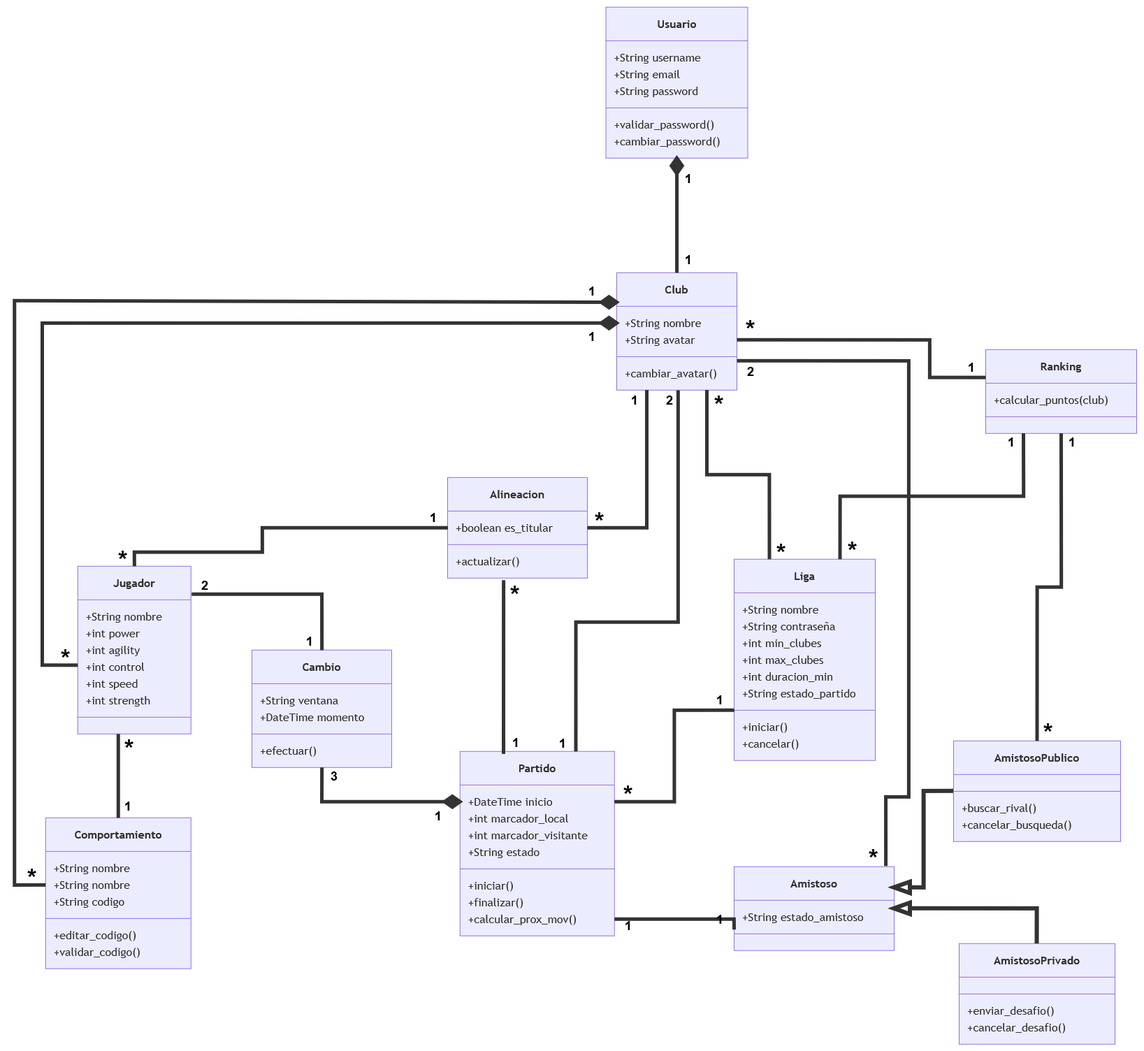
This is docs/Diagrama-de-clases.png from is-2026/fut-bot, a draw.io export, as it was before one commit. Source tidied: cells renumbered, new cells last; positions are measured from the earlier drawing's top-left corner, leaving out a move shared by most shapes.
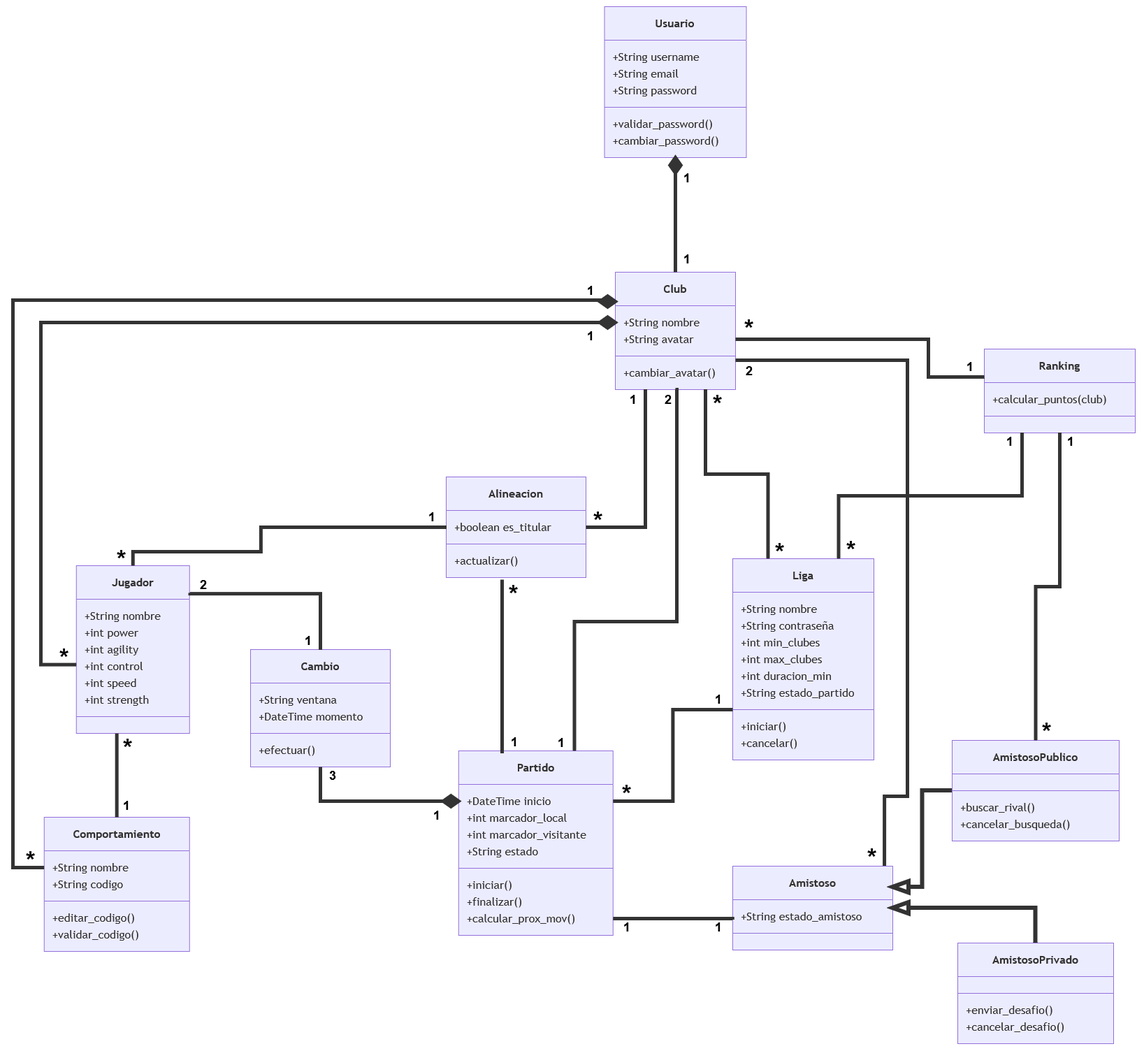
The same diagram one commit later.

Commit message:
fix: Se actualiza diagrama de clases

What changed in the source:
```diff
@@ -66,25 +66,22 @@
       <mxGeometry y="204" width="162" height="24" as="geometry" />
     </mxCell>
     <mxCell id="23" value="&lt;b&gt;Comportamiento&lt;/b&gt;" style="swimlane;html=1;fontStyle=1;fontSize=16;align=center;verticalAlign=middle;horizontal=1;startSize=48;swimlaneFillColor=light-dark(#ECECFF,#1f2020);whiteSpace=wrap;fillColor=light-dark(#ECECFF,#1f2020);strokeColor=light-dark(#9370DB,#cccccc);fontColor=light-dark(#333333,#cccccc);fontFamily=Trebuchet MS,Verdana,Arial,sans-serif;" parent="2" vertex="1">
-      <mxGeometry x="-755.3" y="1" width="208" height="216" as="geometry" />
+      <mxGeometry x="-755.3" y="1" width="208" height="192" as="geometry" />
     </mxCell>
-    <mxCell id="24" value="+String nombre" style="text;fontSize=16;strokeColor=none;fillColor=none;align=left;verticalAlign=middle;spacingLeft=10;spacingRight=12;spacingBottom=2;overflow=hidden;fontFamily=Trebuchet MS,Verdana,Arial,sans-serif;fontColor=light-dark(#333333,#cccccc);" parent="23" vertex="1">
-      <mxGeometry y="60" width="208" height="24" as="geometry" />
-    </mxCell>
     <mxCell id="25" value="+String nombre" style="text;fontSize=16;strokeColor=none;fillColor=none;align=left;verticalAlign=middle;spacingLeft=10;spacingRight=12;spacingBottom=2;overflow=hidden;points=[[0,0.5],[1,0.5]];portConstraint=eastwest;fontFamily=Trebuchet MS,Verdana,Arial,sans-serif;fontColor=light-dark(#333333,#cccccc);" parent="23" vertex="1">
-      <mxGeometry y="84" width="208" height="24" as="geometry" />
+      <mxGeometry y="60" width="208" height="24" as="geometry" />
     </mxCell>
     <mxCell id="26" value="+String codigo" style="text;fontSize=16;strokeColor=none;fillColor=none;align=left;verticalAlign=middle;spacingLeft=10;spacingRight=12;spacingBottom=2;overflow=hidden;fontFamily=Trebuchet MS,Verdana,Arial,sans-serif;fontColor=light-dark(#333333,#cccccc);" parent="23" vertex="1">
-      <mxGeometry y="108" width="208" height="24" as="geometry" />
+      <mxGeometry y="84" width="208" height="24" as="geometry" />
     </mxCell>
     <mxCell id="27" style="line;strokeWidth=1;fillColor=none;spacingLeft=3;spacingRight=3;strokeColor=inherit;" parent="23" vertex="1">
-      <mxGeometry y="132" width="208" height="24" as="geometry" />
+      <mxGeometry y="108" width="208" height="24" as="geometry" />
     </mxCell>
     <mxCell id="28" value="+editar_codigo()" style="text;fontSize=16;strokeColor=none;fillColor=none;align=left;verticalAlign=middle;spacingLeft=10;spacingRight=12;spacingBottom=2;overflow=hidden;fontFamily=Trebuchet MS,Verdana,Arial,sans-serif;fontColor=light-dark(#333333,#cccccc);" parent="23" vertex="1">
-      <mxGeometry y="156" width="208" height="24" as="geometry" />
+      <mxGeometry y="132" width="208" height="24" as="geometry" />
     </mxCell>
     <mxCell id="29" value="+validar_codigo()" style="text;fontSize=16;strokeColor=none;fillColor=none;align=left;verticalAlign=middle;spacingLeft=10;spacingRight=12;spacingBottom=2;overflow=hidden;fontFamily=Trebuchet MS,Verdana,Arial,sans-serif;fontColor=light-dark(#333333,#cccccc);" parent="23" vertex="1">
-      <mxGeometry y="180" width="208" height="24" as="geometry" />
+      <mxGeometry y="156" width="208" height="24" as="geometry" />
     </mxCell>
     <mxCell id="30" value="&lt;b&gt;Liga&lt;/b&gt;" style="swimlane;html=1;fontStyle=1;fontSize=16;align=center;verticalAlign=middle;horizontal=1;startSize=48;swimlaneFillColor=light-dark(#ECECFF,#1f2020);whiteSpace=wrap;fillColor=light-dark(#ECECFF,#1f2020);strokeColor=light-dark(#9370DB,#cccccc);fontColor=light-dark(#333333,#cccccc);fontFamily=Trebuchet MS,Verdana,Arial,sans-serif;" parent="2" vertex="1">
       <mxGeometry x="230" y="-369" width="202" height="288" as="geometry" />
@@ -229,7 +226,7 @@
           <mxPoint x="40" y="-737" />
           <mxPoint x="40" y="-739" />
           <mxPoint x="-800" y="-739" />
-          <mxPoint x="-800" y="97" />
+          <mxPoint x="-800" y="73" />
         </Array>
       </mxGeometry>
     </mxCell>
@@ -296,9 +293,11 @@
     <mxCell id="85" style="startArrow=none;endArrow=mermaidExtension;endSize=17;endFill=0;strokeColor=light-dark(#333333,#cccccc);exitX=0.5;exitY=0;entryX=1;entryY=0.5;rounded=0;entryDx=0;entryDy=0;edgeStyle=orthogonalEdgeStyle;strokeWidth=6;" parent="2" edge="1" source="51" target="44">
       <mxGeometry relative="1" as="geometry" />
     </mxCell>
-    <mxCell id="86" style="startArrow=none;endArrow=none;strokeColor=light-dark(#333333,#cccccc);entryX=1;entryY=0.5;rounded=0;entryDx=0;entryDy=0;edgeStyle=orthogonalEdgeStyle;strokeWidth=5;" parent="2" edge="1" target="63">
+    <mxCell id="86" style="startArrow=none;endArrow=none;strokeColor=light-dark(#333333,#cccccc);entryX=1;entryY=0.5;rounded=0;entryDx=0;entryDy=0;edgeStyle=orthogonalEdgeStyle;strokeWidth=5;exitX=-0.001;exitY=0.674;exitDx=0;exitDy=0;exitPerimeter=0;" parent="2" edge="1" source="45" target="63">
       <mxGeometry relative="1" as="geometry">
-        <mxPoint x="230" y="161" as="sourcePoint" />
+        <Array as="points">
+          <mxPoint x="229.7" y="146" />
+        </Array>
       </mxGeometry>
     </mxCell>
     <mxCell id="87" style="startArrow=none;endArrow=none;strokeColor=light-dark(#333333,#cccccc);exitX=0.948;exitY=-0.008;entryX=1;entryY=0.75;rounded=0;edgeStyle=orthogonalEdgeStyle;strokeWidth=5;exitDx=0;exitDy=0;exitPerimeter=0;entryDx=0;entryDy=0;" parent="2" edge="1" source="44" target="10">
@@ -360,10 +359,10 @@
       <mxGeometry x="234" y="-650" width="40" height="24" as="geometry" />
     </mxCell>
     <mxCell id="101" value="&lt;font style=&quot;font-size: 18px;&quot;&gt;&lt;b&gt;1&lt;/b&gt;&lt;/font&gt;" style="text;html=1;whiteSpace=wrap;strokeColor=none;fillColor=none;align=center;verticalAlign=middle;rounded=0;" parent="2" vertex="1">
-      <mxGeometry x="190" y="134" width="40" height="24" as="geometry" />
+      <mxGeometry x="190" y="146" width="40" height="24" as="geometry" />
     </mxCell>
     <mxCell id="102" value="&lt;font style=&quot;font-size: 18px;&quot;&gt;&lt;b&gt;1&lt;/b&gt;&lt;/font&gt;" style="text;html=1;whiteSpace=wrap;strokeColor=none;fillColor=none;align=center;verticalAlign=middle;rounded=0;" parent="2" vertex="1">
-      <mxGeometry x="58.7" y="143" width="40" height="24" as="geometry" />
+      <mxGeometry x="58.7" y="146" width="40" height="24" as="geometry" />
     </mxCell>
     <mxCell id="103" value="&lt;font style=&quot;font-size: 18px;&quot;&gt;&lt;b&gt;1&lt;/b&gt;&lt;/font&gt;" style="text;html=1;whiteSpace=wrap;strokeColor=none;fillColor=none;align=center;verticalAlign=middle;rounded=0;" parent="2" vertex="1">
       <mxGeometry x="190" y="-180" width="40" height="24" as="geometry" />
@@ -426,7 +425,7 @@
       <mxGeometry x="54" y="920" width="40" height="24" as="geometry" />
     </mxCell>
     <mxCell id="123" value="&lt;font style=&quot;font-size: 36px;&quot;&gt;&lt;b&gt;&lt;font&gt;*&lt;/font&gt;&lt;/b&gt;&lt;/font&gt;" style="text;html=1;whiteSpace=wrap;strokeColor=none;fillColor=none;align=center;verticalAlign=middle;rounded=0;" parent="1" vertex="1">
-      <mxGeometry x="6" y="1234" width="40" height="24" as="geometry" />
+      <mxGeometry x="6" y="1210" width="40" height="24" as="geometry" />
     </mxCell>
     <mxCell id="124" value="&lt;font style=&quot;font-size: 18px;&quot;&gt;&lt;b&gt;1&lt;/b&gt;&lt;/font&gt;" style="text;html=1;whiteSpace=wrap;strokeColor=none;fillColor=none;align=center;verticalAlign=middle;rounded=0;" parent="1" vertex="1">
       <mxGeometry x="807" y="394" width="40" height="24" as="geometry" />
```
